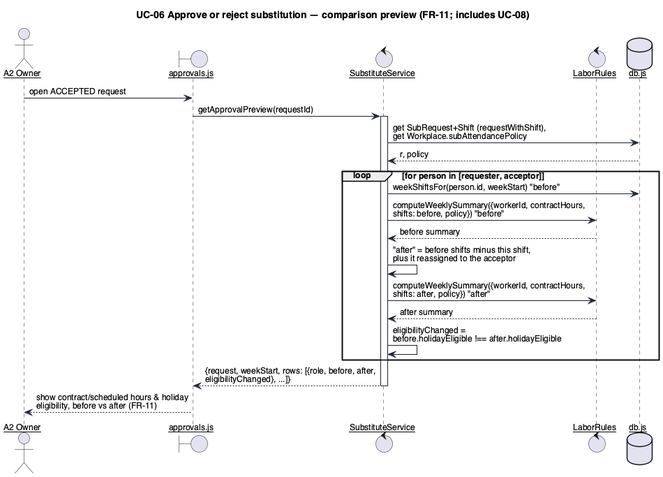
The PlantUML diagram uml/seq-3-approve-preview.png in keemlogan/shiftswap, before a commit. Its diagram source:
```plantuml
@startuml seq-3-approve-preview
skinparamlocked dpi 96
skinparam defaultFontName "Helvetica"
skinparam defaultFontSize 12
skinparam shadowing false
skinparam backgroundColor #FFFFFF
skinparam sequenceArrowThickness 1
skinparam sequenceParticipant underline
skinparam participant {
  BackgroundColor #FFFFFF
  BorderColor #1C2230
}
skinparam sequence {
  LifeLineBorderColor #1C2230
  ArrowColor #1C2230
  BoxBorderColor #1C2230
}

title UC-06 Approve or reject substitution — comparison preview (FR-11; includes UC-08)

actor "A2 Owner" as Owner
boundary "approvals.js" as UI
control "SubstituteService" as Svc
control "LaborRules" as Rules
database "db.js" as DB

Owner -> UI : open ACCEPTED request
UI -> Svc : getApprovalPreview(requestId)
activate Svc
Svc -> DB : get SubRequest+Shift (requestWithShift),\nget Workplace.subAttendancePolicy
DB --> Svc : r, policy

loop for person in [requester, acceptor]
  Svc -> DB : weekShiftsFor(person.id, weekStart) "before"
  Svc -> Rules : computeWeeklySummary({workerId, contractHours,\nshifts: before, policy}) "before"
  Rules --> Svc : before summary
  Svc -> Svc : "after" = before shifts minus this shift,\nplus it reassigned to the acceptor
  Svc -> Rules : computeWeeklySummary({workerId, contractHours,\nshifts: after, policy}) "after"
  Rules --> Svc : after summary
  Svc -> Svc : eligibilityChanged =\nbefore.holidayEligible !== after.holidayEligible
end

Svc --> UI : {request, weekStart, rows: [{role, before, after,\neligibilityChanged}, ...]}
deactivate Svc
UI --> Owner : show contract/scheduled hours & holiday\neligibility, before vs after (FR-11)
@enduml
```
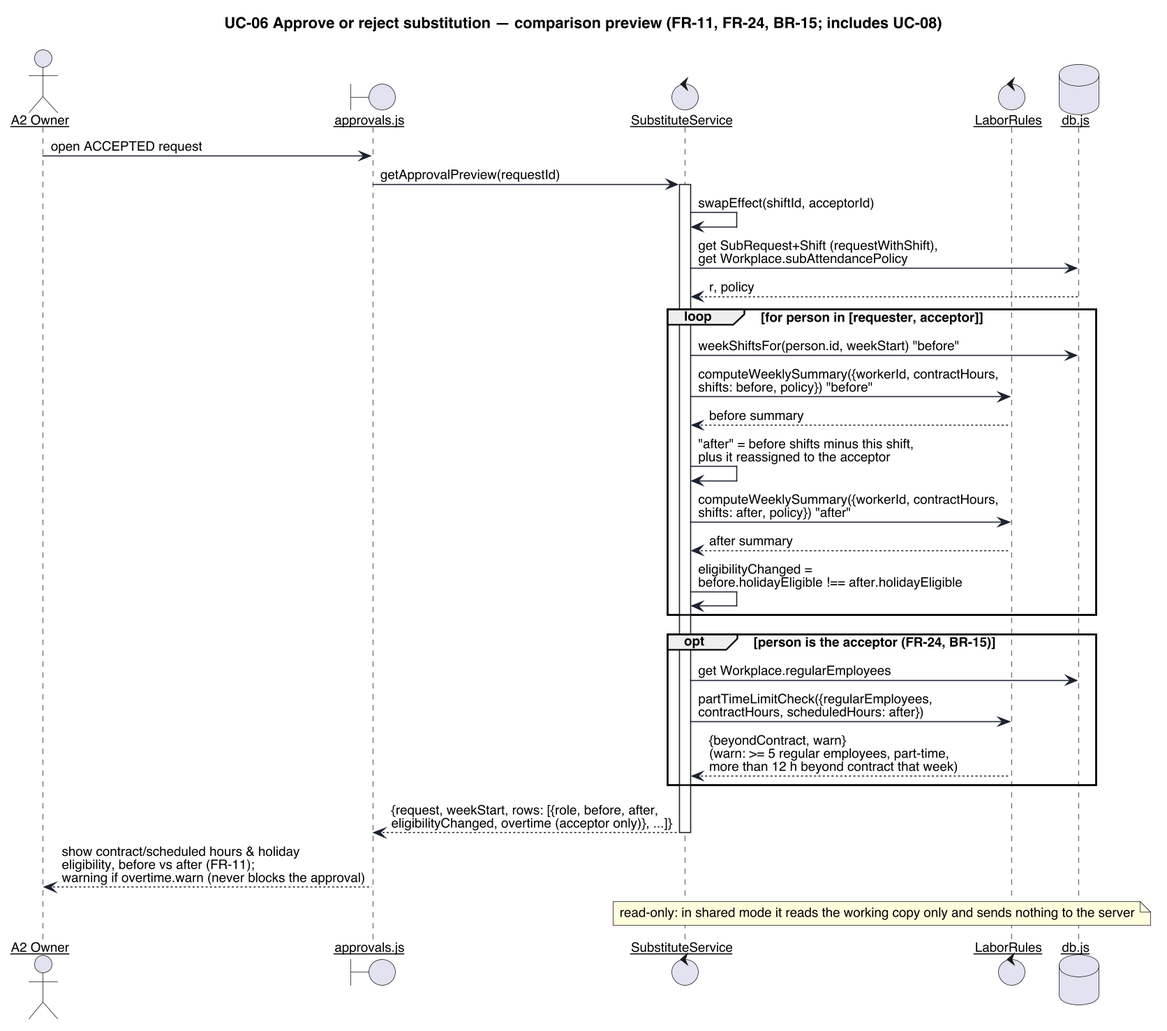
Above is the later version.

Change to the diagram source:
```diff
@@ -1,5 +1,5 @@
 @startuml seq-3-approve-preview
-skinparamlocked dpi 96
+skinparamlocked dpi 150
 skinparam defaultFontName "Helvetica"
 skinparam defaultFontSize 12
 skinparam shadowing false
@@ -16,7 +16,7 @@
   BoxBorderColor #1C2230
 }
 
-title UC-06 Approve or reject substitution — comparison preview (FR-11; includes UC-08)
+title UC-06 Approve or reject substitution — comparison preview (FR-11, FR-24, BR-15; includes UC-08)
 
 actor "A2 Owner" as Owner
 boundary "approvals.js" as UI
@@ -27,6 +27,7 @@
 Owner -> UI : open ACCEPTED request
 UI -> Svc : getApprovalPreview(requestId)
 activate Svc
+Svc -> Svc : swapEffect(shiftId, acceptorId)
 Svc -> DB : get SubRequest+Shift (requestWithShift),\nget Workplace.subAttendancePolicy
 DB --> Svc : r, policy
 
@@ -40,7 +41,15 @@
   Svc -> Svc : eligibilityChanged =\nbefore.holidayEligible !== after.holidayEligible
 end
 
-Svc --> UI : {request, weekStart, rows: [{role, before, after,\neligibilityChanged}, ...]}
+opt person is the acceptor (FR-24, BR-15)
+  Svc -> DB : get Workplace.regularEmployees
+  Svc -> Rules : partTimeLimitCheck({regularEmployees,\ncontractHours, scheduledHours: after})
+  Rules --> Svc : {beyondContract, warn}\n(warn: >= 5 regular employees, part-time,\nmore than 12 h beyond contract that week)
+end
+
+Svc --> UI : {request, weekStart, rows: [{role, before, after,\neligibilityChanged, overtime (acceptor only)}, ...]}
 deactivate Svc
-UI --> Owner : show contract/scheduled hours & holiday\neligibility, before vs after (FR-11)
+UI --> Owner : show contract/scheduled hours & holiday\neligibility, before vs after (FR-11);\nwarning if overtime.warn (never blocks the approval)
+
+note over Svc, DB : read-only: in shared mode it reads the working copy only and sends nothing to the server
 @enduml
```
